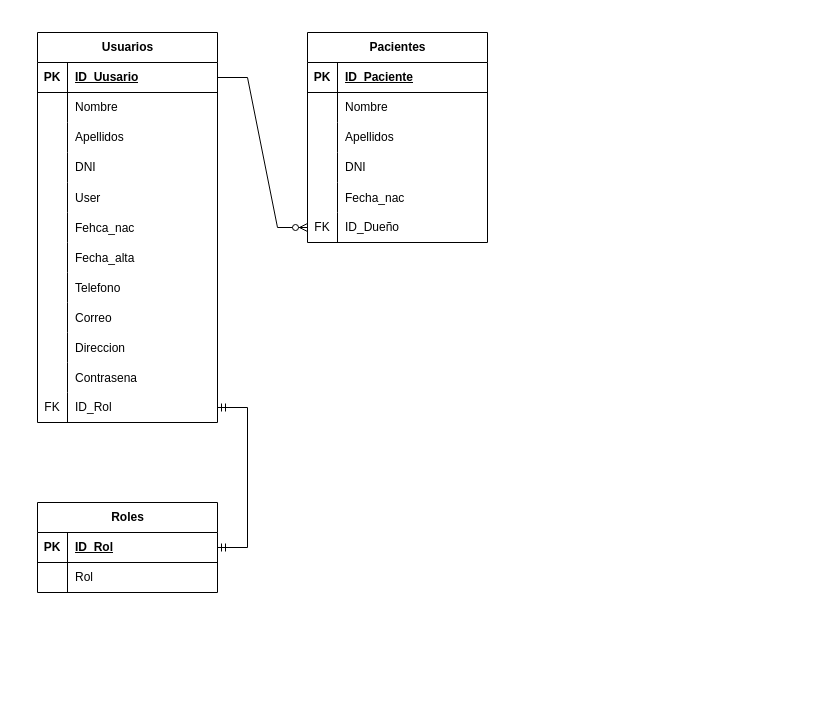
Earlier version of the draw.io diagram Base de datos/ERVeterniaria.drawio (JJavierMartinez/Proyecto-final-DAM). Source tidied: cells renumbered, new cells numbered last; positions are measured from the earlier drawing's top-left corner, leaving out a move shared by most shapes. Both pictures are drawn from the tidied source at 100%, with x=0, y=0 at pixel (37, 32).
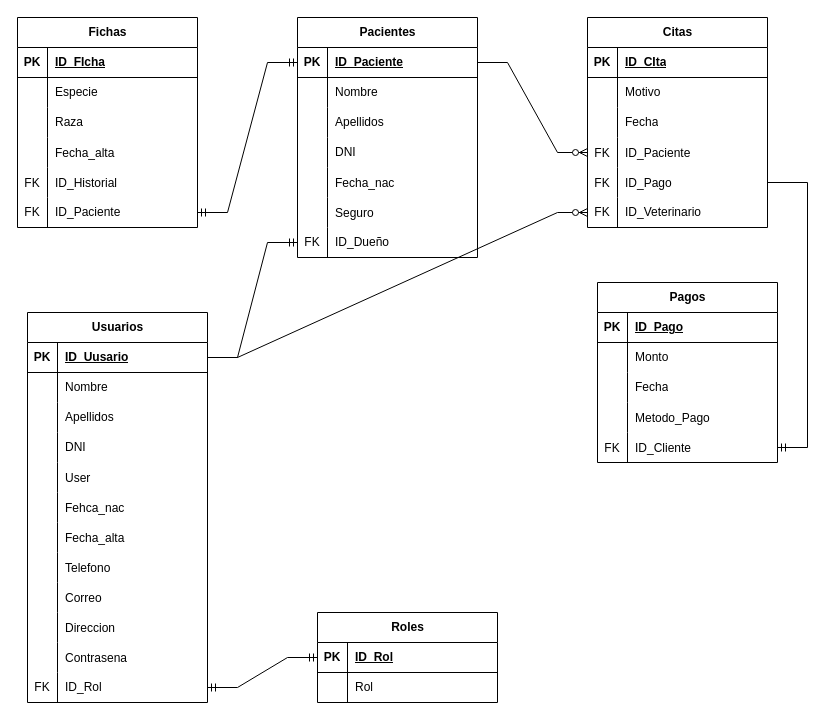
The same diagram, later.

Commit message:
Modelo de datos

The change refers to these unchanged cells:
```xml
<mxCell id="13" style="shape=tableRow;horizontal=0;startSize=0;swimlaneHead=0;swimlaneBody=0;fillColor=none;points=[[0,0.5],[1,0.5]];portConstraint=eastwest;top=0;left=0;right=0;bottom=1;" parent="12" vertex="1">
  <mxGeometry y="30" width="180" height="30" as="geometry" />
</mxCell>
<mxCell id="46" style="shape=tableRow;horizontal=0;startSize=0;swimlaneHead=0;swimlaneBody=0;fillColor=none;points=[[0,0.5],[1,0.5]];portConstraint=eastwest;top=0;left=0;right=0;bottom=0;" parent="12" vertex="1">
  <mxGeometry y="360" width="180" height="30" as="geometry" />
</mxCell>
<mxCell id="50" style="shape=tableRow;horizontal=0;startSize=0;swimlaneHead=0;swimlaneBody=0;fillColor=none;points=[[0,0.5],[1,0.5]];portConstraint=eastwest;top=0;left=0;right=0;bottom=1;" parent="49" vertex="1">
  <mxGeometry y="30" width="180" height="30" as="geometry" />
</mxCell>
<mxCell id="69" style="shape=tableRow;horizontal=0;startSize=0;swimlaneHead=0;swimlaneBody=0;fillColor=none;points=[[0,0.5],[1,0.5]];portConstraint=eastwest;top=0;left=0;right=0;bottom=1;" parent="68" vertex="1">
  <mxGeometry y="30" width="180" height="30" as="geometry" />
</mxCell>
```

What changed in the source:
```diff
@@
-    <mxCell id="2" style="shape=tableRow;horizontal=0;startSize=0;swimlaneHead=0;swimlaneBody=0;fillColor=none;top=0;left=0;right=0;bottom=0;html=1;" parent="1" vertex="1">
-      <mxGeometry x="470" y="120" width="180" height="30" as="geometry" />
-    </mxCell>
-    <mxCell id="3" style="shape=partialRectangle;fillColor=none;top=0;left=0;bottom=0;right=0;overflow=hidden;html=1;whiteSpace=wrap;" parent="2" vertex="1">
-      <mxGeometry width="60" height="30" as="geometry" />
-    </mxCell>
-    <mxCell id="4" style="shape=tableRow;horizontal=0;startSize=0;swimlaneHead=0;swimlaneBody=0;fillColor=none;top=0;left=0;right=0;bottom=0;html=1;" parent="1" vertex="1">
-      <mxGeometry x="470" y="120" width="180" height="30" as="geometry" />
-    </mxCell>
-    <mxCell id="5" style="shape=partialRectangle;fillColor=none;top=0;left=0;bottom=0;right=0;overflow=hidden;html=1;whiteSpace=wrap;" parent="4" vertex="1">
-      <mxGeometry width="60" height="30" as="geometry" />
-    </mxCell>
-    <mxCell id="6" style="shape=tableRow;horizontal=0;startSize=0;swimlaneHead=0;swimlaneBody=0;fillColor=none;top=0;left=0;right=0;bottom=0;html=1;" parent="1" vertex="1">
-      <mxGeometry x="470" y="150" width="180" height="30" as="geometry" />
-    </mxCell>
-    <mxCell id="7" style="shape=partialRectangle;fillColor=none;top=0;left=0;bottom=0;right=0;overflow=hidden;html=1;whiteSpace=wrap;" parent="6" vertex="1">
-      <mxGeometry width="60" height="30" as="geometry" />
-    </mxCell>
-    <mxCell id="8" style="shape=tableRow;horizontal=0;startSize=0;swimlaneHead=0;swimlaneBody=0;fillColor=none;top=0;left=0;right=0;bottom=0;html=1;" parent="1" vertex="1">
-      <mxGeometry x="470" y="300" width="180" height="30" as="geometry" />
-    </mxCell>
-    <mxCell id="9" style="shape=partialRectangle;fillColor=none;top=0;left=0;bottom=0;right=0;overflow=hidden;html=1;whiteSpace=wrap;" parent="8" vertex="1">
-      <mxGeometry width="60" height="30" as="geometry" />
-    </mxCell>
-    <mxCell id="10" style="shape=tableRow;horizontal=0;startSize=0;swimlaneHead=0;swimlaneBody=0;fillColor=none;top=0;left=0;right=0;bottom=0;html=1;" parent="1" vertex="1">
-      <mxGeometry x="470" y="270" width="180" height="30" as="geometry" />
-    </mxCell>
-    <mxCell id="11" style="shape=partialRectangle;fillColor=none;top=0;left=0;bottom=0;right=0;overflow=hidden;html=1;whiteSpace=wrap;" parent="10" vertex="1">
-      <mxGeometry width="60" height="30" as="geometry" />
-    </mxCell>
     <mxCell id="12" value="Usuarios" style="shape=table;startSize=30;childLayout=tableLayout;rowLines=0;fontStyle=1;align=center;html=1;" parent="1" vertex="1">
-      <mxGeometry width="180" height="390" as="geometry" />
+      <mxGeometry x="-10" y="280" width="180" height="390" as="geometry" />
     </mxCell>
@@
     <mxCell id="49" value="Pacientes" style="shape=table;startSize=30;childLayout=tableLayout;rowLines=0;fontStyle=1;align=center;html=1;" parent="1" vertex="1">
-      <mxGeometry x="270" width="180" height="210" as="geometry" />
+      <mxGeometry x="260" y="-15" width="180" height="240" as="geometry" />
     </mxCell>
@@
+    <mxCell id="77" style="shape=tableRow;horizontal=0;startSize=0;swimlaneHead=0;swimlaneBody=0;fillColor=none;top=0;left=0;right=0;bottom=0;" parent="49" vertex="1">
+      <mxGeometry y="180" width="180" height="30" as="geometry" />
+    </mxCell>
+    <mxCell id="78" style="shape=partialRectangle;fillColor=none;top=0;left=0;bottom=0;right=0;overflow=hidden;" parent="77" vertex="1">
+      <mxGeometry width="30" height="30" as="geometry" />
+    </mxCell>
+    <mxCell id="79" value="Seguro" style="shape=partialRectangle;fillColor=none;top=0;left=0;bottom=0;right=0;align=left;spacingLeft=6;overflow=hidden;" parent="77" vertex="1">
+      <mxGeometry x="30" width="150" height="30" as="geometry" />
+    </mxCell>
     <mxCell id="65" style="shape=tableRow;horizontal=0;startSize=0;swimlaneHead=0;swimlaneBody=0;fillColor=none;points=[[0,0.5],[1,0.5]];portConstraint=eastwest;top=0;left=0;right=0;bottom=0;" parent="49" vertex="1">
-      <mxGeometry y="180" width="180" height="30" as="geometry" />
+      <mxGeometry y="210" width="180" height="30" as="geometry" />
     </mxCell>
@@
     <mxCell id="68" value="Roles" style="shape=table;startSize=30;childLayout=tableLayout;rowLines=0;fontStyle=1;align=center;html=1;" parent="1" vertex="1">
-      <mxGeometry y="470" width="180" height="90" as="geometry" />
+      <mxGeometry x="280" y="580" width="180" height="90" as="geometry" />
     </mxCell>
@@
+    <mxCell id="76" style="edgeStyle=entityRelationEdgeStyle;fontSize=12;html=1;endArrow=ERmandOne;startArrow=ERmandOne;rounded=0;" parent="1" edge="1" source="46" target="69">
+      <mxGeometry relative="1" as="geometry" />
+    </mxCell>
+    <mxCell id="80" value="Fichas" style="shape=table;startSize=30;childLayout=tableLayout;rowLines=0;fontStyle=1;align=center;html=1;" parent="1" vertex="1">
+      <mxGeometry x="-20" y="-15" width="180" height="210" as="geometry" />
+    </mxCell>
+    <mxCell id="81" style="shape=tableRow;horizontal=0;startSize=0;swimlaneHead=0;swimlaneBody=0;fillColor=none;top=0;left=0;right=0;bottom=1;" parent="80" vertex="1">
+      <mxGeometry y="30" width="180" height="30" as="geometry" />
+    </mxCell>
+    <mxCell id="82" value="PK" style="shape=partialRectangle;fillColor=none;top=0;left=0;bottom=0;right=0;fontStyle=1;overflow=hidden;whiteSpace=wrap;html=1;" parent="81" vertex="1">
+      <mxGeometry width="30" height="30" as="geometry" />
+    </mxCell>
+    <mxCell id="83" value="ID_FIcha" style="shape=partialRectangle;fillColor=none;top=0;left=0;bottom=0;right=0;align=left;spacingLeft=6;fontStyle=5;overflow=hidden;whiteSpace=wrap;html=1;" parent="81" vertex="1">
+      <mxGeometry x="30" width="150" height="30" as="geometry" />
+    </mxCell>
+    <mxCell id="84" style="shape=tableRow;horizontal=0;startSize=0;swimlaneHead=0;swimlaneBody=0;fillColor=none;top=0;left=0;right=0;bottom=0;" parent="80" vertex="1">
+      <mxGeometry y="60" width="180" height="30" as="geometry" />
+    </mxCell>
+    <mxCell id="85" style="shape=partialRectangle;fillColor=none;top=0;left=0;bottom=0;right=0;overflow=hidden;whiteSpace=wrap;html=1;" parent="84" vertex="1">
+      <mxGeometry width="30" height="30" as="geometry" />
+    </mxCell>
+    <mxCell id="86" value="Especie" style="shape=partialRectangle;fillColor=none;top=0;left=0;bottom=0;right=0;align=left;spacingLeft=6;overflow=hidden;whiteSpace=wrap;html=1;" parent="84" vertex="1">
+      <mxGeometry x="30" width="150" height="30" as="geometry" />
+    </mxCell>
+    <mxCell id="87" style="shape=tableRow;horizontal=0;startSize=0;swimlaneHead=0;swimlaneBody=0;fillColor=none;top=0;left=0;right=0;bottom=0;" parent="80" vertex="1">
+      <mxGeometry y="90" width="180" height="30" as="geometry" />
+    </mxCell>
+    <mxCell id="88" style="shape=partialRectangle;fillColor=none;top=0;left=0;bottom=0;right=0;overflow=hidden;whiteSpace=wrap;html=1;" parent="87" vertex="1">
+      <mxGeometry width="30" height="30" as="geometry" />
+    </mxCell>
+    <mxCell id="89" value="Raza" style="shape=partialRectangle;fillColor=none;top=0;left=0;bottom=0;right=0;align=left;spacingLeft=6;overflow=hidden;whiteSpace=wrap;html=1;" parent="87" vertex="1">
+      <mxGeometry x="30" width="150" height="30" as="geometry" />
+    </mxCell>
+    <mxCell id="90" style="shape=tableRow;horizontal=0;startSize=0;swimlaneHead=0;swimlaneBody=0;fillColor=none;top=0;left=0;right=0;bottom=0;" parent="80" vertex="1">
+      <mxGeometry y="120" width="180" height="30" as="geometry" />
+    </mxCell>
+    <mxCell id="91" style="shape=partialRectangle;fillColor=none;top=0;left=0;bottom=0;right=0;overflow=hidden;" parent="90" vertex="1">
+      <mxGeometry width="30" height="30" as="geometry" />
+    </mxCell>
+    <mxCell id="92" value="Fecha_alta" style="shape=partialRectangle;fillColor=none;top=0;left=0;bottom=0;right=0;align=left;spacingLeft=6;overflow=hidden;" parent="90" vertex="1">
+      <mxGeometry x="30" width="150" height="30" as="geometry" />
+    </mxCell>
+    <mxCell id="93" style="shape=tableRow;horizontal=0;startSize=0;swimlaneHead=0;swimlaneBody=0;fillColor=none;top=0;left=0;right=0;bottom=0;" parent="80" vertex="1">
+      <mxGeometry y="150" width="180" height="30" as="geometry" />
+    </mxCell>
+    <mxCell id="94" value="FK" style="shape=partialRectangle;fillColor=none;top=0;left=0;bottom=0;right=0;overflow=hidden;" parent="93" vertex="1">
+      <mxGeometry width="30" height="30" as="geometry" />
+    </mxCell>
+    <mxCell id="95" value="ID_Historial" style="shape=partialRectangle;fillColor=none;top=0;left=0;bottom=0;right=0;align=left;spacingLeft=6;overflow=hidden;" parent="93" vertex="1">
+      <mxGeometry x="30" width="150" height="30" as="geometry" />
+    </mxCell>
+    <mxCell id="96" style="shape=tableRow;horizontal=0;startSize=0;swimlaneHead=0;swimlaneBody=0;fillColor=none;points=[[0,0.5],[1,0.5]];portConstraint=eastwest;top=0;left=0;right=0;bottom=0;" parent="80" vertex="1">
+      <mxGeometry y="180" width="180" height="30" as="geometry" />
+    </mxCell>
+    <mxCell id="97" value="FK" style="shape=partialRectangle;fillColor=none;top=0;left=0;bottom=0;right=0;fontStyle=0;overflow=hidden;whiteSpace=wrap;html=1;" parent="96" vertex="1">
+      <mxGeometry width="30" height="30" as="geometry" />
+    </mxCell>
+    <mxCell id="98" value="ID_Paciente" style="shape=partialRectangle;fillColor=none;top=0;left=0;bottom=0;right=0;align=left;spacingLeft=6;fontStyle=0;overflow=hidden;whiteSpace=wrap;html=1;" parent="96" vertex="1">
+      <mxGeometry x="30" width="150" height="30" as="geometry" />
+    </mxCell>
+    <mxCell id="99" style="edgeStyle=entityRelationEdgeStyle;fontSize=12;html=1;endArrow=ERmandOne;startArrow=ERmandOne;rounded=0;" parent="1" edge="1" source="50" target="96">
+      <mxGeometry relative="1" as="geometry" />
+    </mxCell>
+    <mxCell id="100" value="Citas" style="shape=table;startSize=30;childLayout=tableLayout;rowLines=0;fontStyle=1;align=center;html=1;" parent="1" vertex="1">
+      <mxGeometry x="550" y="-15" width="180" height="210" as="geometry" />
+    </mxCell>
+    <mxCell id="101" style="shape=tableRow;horizontal=0;startSize=0;swimlaneHead=0;swimlaneBody=0;fillColor=none;top=0;left=0;right=0;bottom=1;" parent="100" vertex="1">
+      <mxGeometry y="30" width="180" height="30" as="geometry" />
+    </mxCell>
+    <mxCell id="102" value="PK" style="shape=partialRectangle;fillColor=none;top=0;left=0;bottom=0;right=0;fontStyle=1;overflow=hidden;whiteSpace=wrap;html=1;" parent="101" vertex="1">
+      <mxGeometry width="30" height="30" as="geometry" />
+    </mxCell>
+    <mxCell id="103" value="ID_CIta" style="shape=partialRectangle;fillColor=none;top=0;left=0;bottom=0;right=0;align=left;spacingLeft=6;fontStyle=5;overflow=hidden;whiteSpace=wrap;html=1;" parent="101" vertex="1">
+      <mxGeometry x="30" width="150" height="30" as="geometry" />
+    </mxCell>
+    <mxCell id="104" style="shape=tableRow;horizontal=0;startSize=0;swimlaneHead=0;swimlaneBody=0;fillColor=none;top=0;left=0;right=0;bottom=0;" parent="100" vertex="1">
+      <mxGeometry y="60" width="180" height="30" as="geometry" />
+    </mxCell>
+    <mxCell id="105" style="shape=partialRectangle;fillColor=none;top=0;left=0;bottom=0;right=0;overflow=hidden;whiteSpace=wrap;html=1;" parent="104" vertex="1">
+      <mxGeometry width="30" height="30" as="geometry" />
+    </mxCell>
+    <mxCell id="106" value="Motivo" style="shape=partialRectangle;fillColor=none;top=0;left=0;bottom=0;right=0;align=left;spacingLeft=6;overflow=hidden;whiteSpace=wrap;html=1;" parent="104" vertex="1">
+      <mxGeometry x="30" width="150" height="30" as="geometry" />
+    </mxCell>
+    <mxCell id="107" style="shape=tableRow;horizontal=0;startSize=0;swimlaneHead=0;swimlaneBody=0;fillColor=none;top=0;left=0;right=0;bottom=0;" parent="100" vertex="1">
+      <mxGeometry y="90" width="180" height="30" as="geometry" />
+    </mxCell>
+    <mxCell id="108" style="shape=partialRectangle;fillColor=none;top=0;left=0;bottom=0;right=0;overflow=hidden;whiteSpace=wrap;html=1;" parent="107" vertex="1">
+      <mxGeometry width="30" height="30" as="geometry" />
+    </mxCell>
+    <mxCell id="109" value="Fecha" style="shape=partialRectangle;fillColor=none;top=0;left=0;bottom=0;right=0;align=left;spacingLeft=6;overflow=hidden;whiteSpace=wrap;html=1;" parent="107" vertex="1">
+      <mxGeometry x="30" width="150" height="30" as="geometry" />
+    </mxCell>
+    <mxCell id="110" style="shape=tableRow;horizontal=0;startSize=0;swimlaneHead=0;swimlaneBody=0;fillColor=none;points=[[0,0.5],[1,0.5]];portConstraint=eastwest;top=0;left=0;right=0;bottom=0;" parent="100" vertex="1">
+      <mxGeometry y="120" width="180" height="30" as="geometry" />
+    </mxCell>
+    <mxCell id="111" value="FK" style="shape=partialRectangle;fillColor=none;top=0;left=0;bottom=0;right=0;overflow=hidden;" parent="110" vertex="1">
+      <mxGeometry width="30" height="30" as="geometry" />
+    </mxCell>
+    <mxCell id="112" value="ID_Paciente" style="shape=partialRectangle;fillColor=none;top=0;left=0;bottom=0;right=0;align=left;spacingLeft=6;overflow=hidden;" parent="110" vertex="1">
+      <mxGeometry x="30" width="150" height="30" as="geometry" />
+    </mxCell>
+    <mxCell id="113" style="shape=tableRow;horizontal=0;startSize=0;swimlaneHead=0;swimlaneBody=0;fillColor=none;points=[[0,0.5],[1,0.5]];portConstraint=eastwest;top=0;left=0;right=0;bottom=0;" parent="100" vertex="1">
+      <mxGeometry y="150" width="180" height="30" as="geometry" />
+    </mxCell>
+    <mxCell id="114" value="FK" style="shape=partialRectangle;fillColor=none;top=0;left=0;bottom=0;right=0;overflow=hidden;" parent="113" vertex="1">
+      <mxGeometry width="30" height="30" as="geometry" />
+    </mxCell>
+    <mxCell id="115" value="ID_Pago" style="shape=partialRectangle;fillColor=none;top=0;left=0;bottom=0;right=0;align=left;spacingLeft=6;overflow=hidden;" parent="113" vertex="1">
+      <mxGeometry x="30" width="150" height="30" as="geometry" />
+    </mxCell>
+    <mxCell id="116" style="shape=tableRow;horizontal=0;startSize=0;swimlaneHead=0;swimlaneBody=0;fillColor=none;points=[[0,0.5],[1,0.5]];portConstraint=eastwest;top=0;left=0;right=0;bottom=0;" parent="100" vertex="1">
+      <mxGeometry y="180" width="180" height="30" as="geometry" />
+    </mxCell>
+    <mxCell id="117" value="FK" style="shape=partialRectangle;fillColor=none;top=0;left=0;bottom=0;right=0;fontStyle=0;overflow=hidden;whiteSpace=wrap;html=1;" parent="116" vertex="1">
+      <mxGeometry width="30" height="30" as="geometry" />
+    </mxCell>
+    <mxCell id="118" value="ID_Veterinario" style="shape=partialRectangle;fillColor=none;top=0;left=0;bottom=0;right=0;align=left;spacingLeft=6;fontStyle=0;overflow=hidden;whiteSpace=wrap;html=1;" parent="116" vertex="1">
+      <mxGeometry x="30" width="150" height="30" as="geometry" />
+    </mxCell>
+    <mxCell id="119" style="edgeStyle=entityRelationEdgeStyle;fontSize=12;html=1;endArrow=ERzeroToMany;endFill=1;rounded=0;exitX=1;exitY=0.5;exitDx=0;exitDy=0;" parent="1" edge="1" source="50" target="110">
+      <mxGeometry relative="1" as="geometry" />
+    </mxCell>
-    <mxCell id="75" style="edgeStyle=entityRelationEdgeStyle;fontSize=12;html=1;endArrow=ERzeroToMany;endFill=1;rounded=0;" parent="1" edge="1" source="13" target="65">
+    <mxCell id="75" style="edgeStyle=entityRelationEdgeStyle;fontSize=12;html=1;endArrow=ERmandOne;rounded=0;" parent="1" edge="1" source="13" target="65">
       <mxGeometry relative="1" as="geometry" />
     </mxCell>
-    <mxCell id="76" style="edgeStyle=entityRelationEdgeStyle;fontSize=12;html=1;endArrow=ERmandOne;startArrow=ERmandOne;rounded=0;" parent="1" edge="1" source="46" target="69">
-      <mxGeometry relative="1" as="geometry" />
-    </mxCell>
+    <mxCell id="120" style="edgeStyle=entityRelationEdgeStyle;fontSize=12;html=1;endArrow=ERzeroToMany;endFill=1;rounded=0;exitX=1;exitY=0.5;exitDx=0;exitDy=0;" parent="1" edge="1" source="13" target="116">
+      <mxGeometry relative="1" as="geometry" />
+    </mxCell>
+    <mxCell id="121" value="Pagos" style="shape=table;startSize=30;childLayout=tableLayout;rowLines=0;fontStyle=1;align=center;html=1;" parent="1" vertex="1">
+      <mxGeometry x="560" y="250" width="180" height="180" as="geometry" />
+    </mxCell>
+    <mxCell id="122" style="shape=tableRow;horizontal=0;startSize=0;swimlaneHead=0;swimlaneBody=0;fillColor=none;top=0;left=0;right=0;bottom=1;" parent="121" vertex="1">
+      <mxGeometry y="30" width="180" height="30" as="geometry" />
+    </mxCell>
+    <mxCell id="123" value="PK" style="shape=partialRectangle;fillColor=none;top=0;left=0;bottom=0;right=0;fontStyle=1;overflow=hidden;whiteSpace=wrap;html=1;" parent="122" vertex="1">
+      <mxGeometry width="30" height="30" as="geometry" />
+    </mxCell>
+    <mxCell id="124" value="ID_Pago" style="shape=partialRectangle;fillColor=none;top=0;left=0;bottom=0;right=0;align=left;spacingLeft=6;fontStyle=5;overflow=hidden;whiteSpace=wrap;html=1;" parent="122" vertex="1">
+      <mxGeometry x="30" width="150" height="30" as="geometry" />
+    </mxCell>
+    <mxCell id="125" style="shape=tableRow;horizontal=0;startSize=0;swimlaneHead=0;swimlaneBody=0;fillColor=none;top=0;left=0;right=0;bottom=0;" parent="121" vertex="1">
+      <mxGeometry y="60" width="180" height="30" as="geometry" />
+    </mxCell>
+    <mxCell id="126" style="shape=partialRectangle;fillColor=none;top=0;left=0;bottom=0;right=0;overflow=hidden;whiteSpace=wrap;html=1;" parent="125" vertex="1">
+      <mxGeometry width="30" height="30" as="geometry" />
+    </mxCell>
+    <mxCell id="127" value="Monto" style="shape=partialRectangle;fillColor=none;top=0;left=0;bottom=0;right=0;align=left;spacingLeft=6;overflow=hidden;whiteSpace=wrap;html=1;" parent="125" vertex="1">
+      <mxGeometry x="30" width="150" height="30" as="geometry" />
+    </mxCell>
+    <mxCell id="128" style="shape=tableRow;horizontal=0;startSize=0;swimlaneHead=0;swimlaneBody=0;fillColor=none;top=0;left=0;right=0;bottom=0;" parent="121" vertex="1">
+      <mxGeometry y="90" width="180" height="30" as="geometry" />
+    </mxCell>
+    <mxCell id="129" style="shape=partialRectangle;fillColor=none;top=0;left=0;bottom=0;right=0;overflow=hidden;whiteSpace=wrap;html=1;" parent="128" vertex="1">
+      <mxGeometry width="30" height="30" as="geometry" />
+    </mxCell>
+    <mxCell id="130" value="Fecha" style="shape=partialRectangle;fillColor=none;top=0;left=0;bottom=0;right=0;align=left;spacingLeft=6;overflow=hidden;whiteSpace=wrap;html=1;" parent="128" vertex="1">
+      <mxGeometry x="30" width="150" height="30" as="geometry" />
+    </mxCell>
+    <mxCell id="131" style="shape=tableRow;horizontal=0;startSize=0;swimlaneHead=0;swimlaneBody=0;fillColor=none;top=0;left=0;right=0;bottom=0;" parent="121" vertex="1">
+      <mxGeometry y="120" width="180" height="30" as="geometry" />
+    </mxCell>
+    <mxCell id="132" style="shape=partialRectangle;fillColor=none;top=0;left=0;bottom=0;right=0;overflow=hidden;" parent="131" vertex="1">
+      <mxGeometry width="30" height="30" as="geometry" />
+    </mxCell>
+    <mxCell id="133" value="Metodo_Pago" style="shape=partialRectangle;fillColor=none;top=0;left=0;bottom=0;right=0;align=left;spacingLeft=6;overflow=hidden;" parent="131" vertex="1">
+      <mxGeometry x="30" width="150" height="30" as="geometry" />
+    </mxCell>
+    <mxCell id="134" style="shape=tableRow;horizontal=0;startSize=0;swimlaneHead=0;swimlaneBody=0;fillColor=none;points=[[0,0.5],[1,0.5]];portConstraint=eastwest;top=0;left=0;right=0;bottom=0;" parent="121" vertex="1">
+      <mxGeometry y="150" width="180" height="30" as="geometry" />
+    </mxCell>
+    <mxCell id="135" value="FK" style="shape=partialRectangle;fillColor=none;top=0;left=0;bottom=0;right=0;overflow=hidden;" parent="134" vertex="1">
+      <mxGeometry width="30" height="30" as="geometry" />
+    </mxCell>
+    <mxCell id="136" value="ID_Cliente" style="shape=partialRectangle;fillColor=none;top=0;left=0;bottom=0;right=0;align=left;spacingLeft=6;overflow=hidden;" parent="134" vertex="1">
+      <mxGeometry x="30" width="150" height="30" as="geometry" />
+    </mxCell>
+    <mxCell id="137" style="edgeStyle=entityRelationEdgeStyle;fontSize=12;html=1;endArrow=ERmandOne;rounded=0;" parent="1" edge="1" source="113" target="134">
+      <mxGeometry relative="1" as="geometry" />
+    </mxCell>
```
